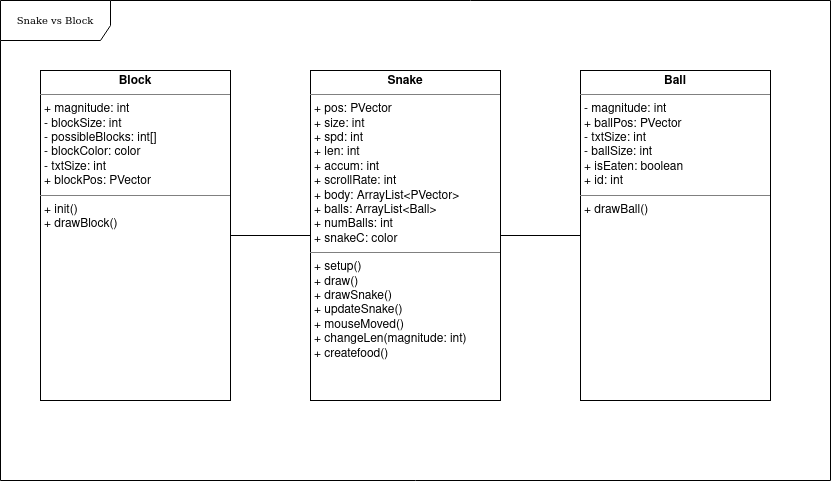
madeline-lei/final_project keeps this draw.io diagram as ouruml.png. Above is the earlier version. Source tidied: cells renumbered, new cells last; positions are measured from the earlier drawing's top-left corner, leaving out a move shared by most shapes.
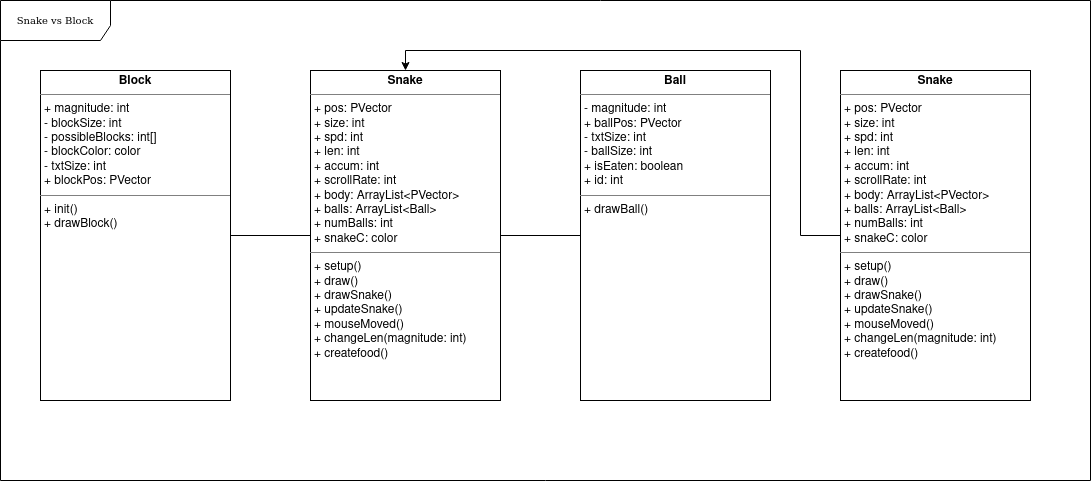
After the change.

The edit, as a diff of the source:
```diff
@@ -3,7 +3,7 @@
     <mxCell id="0" />
     <mxCell id="1" parent="0" />
     <mxCell id="2" value="Snake vs Block" style="shape=umlFrame;whiteSpace=wrap;html=1;rounded=0;shadow=0;comic=0;labelBackgroundColor=none;strokeWidth=1;fontFamily=Verdana;fontSize=10;align=center;width=110;height=40;" parent="1" vertex="1">
-      <mxGeometry width="830" height="480" as="geometry" />
+      <mxGeometry width="1090" height="480" as="geometry" />
     </mxCell>
     <mxCell id="3" style="edgeStyle=orthogonalEdgeStyle;rounded=0;jettySize=auto;html=1;endArrow=none;endFill=0;" parent="1" edge="1" source="5" target="7">
       <mxGeometry relative="1" as="geometry" />
@@ -20,5 +20,17 @@
     <mxCell id="7" value="&lt;p style=&quot;margin:0px;margin-top:4px;text-align:center;&quot;&gt;&lt;b&gt;Ball&lt;/b&gt;&lt;/p&gt;&lt;hr size=&quot;1&quot;&gt;&lt;p style=&quot;margin:0px;margin-left:4px;&quot;&gt;- magnitude: int&lt;/p&gt;&lt;p style=&quot;margin:0px;margin-left:4px;&quot;&gt;+ ballPos: PVector&lt;/p&gt;&lt;p style=&quot;margin:0px;margin-left:4px;&quot;&gt;- txtSize: int&lt;/p&gt;&lt;p style=&quot;margin:0px;margin-left:4px;&quot;&gt;- ballSize: int&lt;/p&gt;&lt;p style=&quot;margin:0px;margin-left:4px;&quot;&gt;+ isEaten: boolean&lt;/p&gt;&lt;p style=&quot;margin:0px;margin-left:4px;&quot;&gt;+ id: int&lt;br&gt;&lt;/p&gt;&lt;hr size=&quot;1&quot;&gt;&lt;p style=&quot;margin:0px;margin-left:4px;&quot;&gt;+ drawBall()&lt;br&gt;&lt;/p&gt;" style="verticalAlign=top;align=left;overflow=fill;fontSize=12;fontFamily=Helvetica;html=1;rounded=0;shadow=0;comic=0;labelBackgroundColor=none;strokeWidth=1;" parent="1" vertex="1">
       <mxGeometry x="580" y="70" width="190" height="330" as="geometry" />
     </mxCell>
+    <mxCell id="8" style="edgeStyle=orthogonalEdgeStyle;rounded=0;jettySize=auto;html=1;entryX=0.5;entryY=0;entryDx=0;entryDy=0;" parent="1" edge="1" source="9" target="5">
+      <mxGeometry relative="1" as="geometry">
+        <Array as="points">
+          <mxPoint x="800" y="235" />
+          <mxPoint x="800" y="50" />
+          <mxPoint x="405" y="50" />
+        </Array>
+      </mxGeometry>
+    </mxCell>
+    <mxCell id="9" value="&lt;p style=&quot;margin:0px;margin-top:4px;text-align:center;&quot;&gt;&lt;b&gt;Snake&lt;/b&gt;&lt;/p&gt;&lt;hr size=&quot;1&quot;&gt;&lt;p style=&quot;margin:0px;margin-left:4px;&quot;&gt;+ pos: PVector&lt;/p&gt;&lt;p style=&quot;margin:0px;margin-left:4px;&quot;&gt;+ size: int&lt;/p&gt;&lt;p style=&quot;margin:0px;margin-left:4px;&quot;&gt;+ spd: int&lt;/p&gt;&lt;p style=&quot;margin:0px;margin-left:4px;&quot;&gt;+ len: int&lt;/p&gt;&lt;p style=&quot;margin:0px;margin-left:4px;&quot;&gt;+ accum: int&lt;/p&gt;&lt;p style=&quot;margin:0px;margin-left:4px;&quot;&gt;+ scrollRate: int&lt;/p&gt;&lt;p style=&quot;margin:0px;margin-left:4px;&quot;&gt;&lt;/p&gt;&lt;p style=&quot;margin:0px;margin-left:4px;&quot;&gt;+ body: ArrayList&amp;lt;PVector&amp;gt;&lt;/p&gt;&lt;p style=&quot;margin:0px;margin-left:4px;&quot;&gt;+ balls: ArrayList&amp;lt;Ball&amp;gt;&lt;/p&gt;&lt;p style=&quot;margin:0px;margin-left:4px;&quot;&gt;+ numBalls: int&lt;/p&gt;&lt;p style=&quot;margin:0px;margin-left:4px;&quot;&gt;+ snakeC: color&lt;/p&gt;&lt;hr size=&quot;1&quot;&gt;&lt;p style=&quot;margin:0px;margin-left:4px;&quot;&gt;+ setup()&lt;/p&gt;&lt;p style=&quot;margin:0px;margin-left:4px;&quot;&gt;+ draw()&lt;/p&gt;&lt;p style=&quot;margin:0px;margin-left:4px;&quot;&gt;+ drawSnake()&lt;/p&gt;&lt;p style=&quot;margin:0px;margin-left:4px;&quot;&gt;+ updateSnake()&lt;/p&gt;&lt;p style=&quot;margin:0px;margin-left:4px;&quot;&gt;+ mouseMoved()&lt;/p&gt;&lt;p style=&quot;margin:0px;margin-left:4px;&quot;&gt;+ changeLen(magnitude: int)&lt;/p&gt;&lt;p style=&quot;margin:0px;margin-left:4px;&quot;&gt;+ createfood()&lt;br&gt;&lt;/p&gt;&lt;p style=&quot;margin:0px;margin-left:4px;&quot;&gt;&lt;br&gt;&lt;/p&gt;" style="verticalAlign=top;align=left;overflow=fill;fontSize=12;fontFamily=Helvetica;html=1;rounded=0;shadow=0;comic=0;labelBackgroundColor=none;strokeWidth=1;" parent="1" vertex="1">
+      <mxGeometry x="840" y="70" width="190" height="330" as="geometry" />
+    </mxCell>
   </root>
 </mxGraphModel>
```
